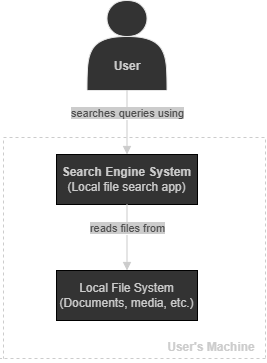
arianaturc/Search_Engine keeps this draw.io diagram as SystemContext.png. Above is the earlier version. Source tidied: cells renumbered, new cells last; positions are measured from the earlier drawing's top-left corner, leaving out a move shared by most shapes.
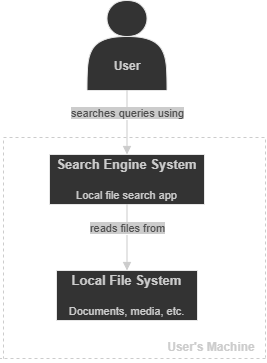
Above is the later version.

Change to the diagram source:
```diff
@@ -5,19 +5,19 @@
     <mxCell id="2" style="shape=actor;whiteSpace=wrap;html=1;fillColor=#333333;strokeColor=#E6E6E6;labelBackgroundColor=#000000;" parent="1" vertex="1">
       <mxGeometry x="86.5" width="80" height="90" as="geometry" />
     </mxCell>
-    <mxCell id="3" value="&lt;b&gt;&lt;font style=&quot;color: rgb(204, 204, 204);&quot;&gt;User&lt;/font&gt;&lt;/b&gt;" style="text;html=1;whiteSpace=wrap;strokeColor=none;fillColor=none;align=center;verticalAlign=middle;rounded=0;" parent="1" vertex="1">
+    <mxCell id="3" value="&lt;font style=&quot;color: rgb(204, 204, 204);&quot;&gt;&lt;b&gt;User&lt;/b&gt;&lt;/font&gt;" style="text;html=1;whiteSpace=wrap;strokeColor=none;fillColor=none;align=center;verticalAlign=middle;rounded=0;" parent="1" vertex="1">
       <mxGeometry x="96.5" y="51" width="60" height="30" as="geometry" />
     </mxCell>
     <mxCell id="4" value="&lt;font style=&quot;color: rgb(77, 77, 77); background-color: rgb(204, 204, 204);&quot;&gt;searches queries using&lt;/font&gt;" style="html=1;verticalAlign=bottom;endArrow=block;curved=0;rounded=0;exitX=0.5;exitY=1;exitDx=0;exitDy=0;entryX=0.5;entryY=0;entryDx=0;entryDy=0;strokeColor=#CCCCCC;" parent="1" edge="1" source="2" target="5">
       <mxGeometry relative="1" as="geometry" />
     </mxCell>
-    <mxCell id="5" value="&lt;b&gt;&lt;font style=&quot;color: rgb(204, 204, 204);&quot;&gt;Search Engine System&lt;/font&gt;&lt;/b&gt;&lt;div&gt;&lt;font style=&quot;color: rgb(204, 204, 204);&quot;&gt;(Local file search app)&lt;/font&gt;&lt;/div&gt;" style="html=1;whiteSpace=wrap;fillColor=#333333;" parent="1" vertex="1">
-      <mxGeometry x="56" y="154" width="141" height="50" as="geometry" />
+    <mxCell id="5" value="&lt;b&gt;&lt;font style=&quot;color: rgb(204, 204, 204); font-size: 13px;&quot;&gt;Search Engine System&lt;/font&gt;&lt;/b&gt;&lt;div&gt;&lt;font color=&quot;#cccccc&quot;&gt;&lt;span style=&quot;font-size: 13px;&quot;&gt;&lt;b&gt;&lt;br&gt;&lt;/b&gt;&lt;/span&gt;&lt;/font&gt;&lt;div&gt;&lt;font style=&quot;color: rgb(204, 204, 204); font-size: 11px;&quot;&gt;Local file search app&lt;/font&gt;&lt;/div&gt;&lt;/div&gt;" style="html=1;whiteSpace=wrap;fillColor=#333333;strokeColor=#E6E6E6;" parent="1" vertex="1">
+      <mxGeometry x="49" y="154" width="155" height="50" as="geometry" />
     </mxCell>
     <mxCell id="6" value="&lt;font style=&quot;background-color: light-dark(rgb(204, 204, 204), rgb(237, 237, 237)); color: rgb(77, 77, 77);&quot;&gt;reads files from&lt;/font&gt;" style="html=1;verticalAlign=bottom;endArrow=block;curved=0;rounded=0;exitX=0.5;exitY=1;exitDx=0;exitDy=0;entryX=0.5;entryY=0;entryDx=0;entryDy=0;strokeColor=#CCCCCC;" parent="1" edge="1" source="5" target="7">
       <mxGeometry relative="1" as="geometry" />
     </mxCell>
-    <mxCell id="7" value="&lt;font style=&quot;color: rgb(204, 204, 204);&quot;&gt;Local File System&lt;/font&gt;&lt;div&gt;&lt;font style=&quot;color: rgb(204, 204, 204);&quot;&gt;&lt;font style=&quot;color: rgb(204, 204, 204);&quot;&gt;(&lt;/font&gt;&lt;font style=&quot;color: rgb(204, 204, 204);&quot;&gt;Documents&lt;/font&gt;&lt;font style=&quot;color: rgb(204, 204, 204);&quot;&gt;, media, etc.&lt;/font&gt;)&lt;/font&gt;&lt;/div&gt;" style="html=1;whiteSpace=wrap;fillColor=#333333;" parent="1" vertex="1">
+    <mxCell id="7" value="&lt;font style=&quot;color: rgb(204, 204, 204); font-size: 13px;&quot;&gt;&lt;b&gt;Local File System&lt;/b&gt;&lt;/font&gt;&lt;div&gt;&lt;font color=&quot;#cccccc&quot;&gt;&lt;span style=&quot;font-size: 13px;&quot;&gt;&lt;br&gt;&lt;/span&gt;&lt;/font&gt;&lt;div&gt;&lt;font style=&quot;color: rgb(204, 204, 204); font-size: 11px;&quot;&gt;&lt;font style=&quot;color: rgb(204, 204, 204);&quot;&gt;Documents&lt;/font&gt;&lt;font style=&quot;color: rgb(204, 204, 204);&quot;&gt;, media, etc.&lt;/font&gt;&lt;/font&gt;&lt;/div&gt;&lt;/div&gt;" style="html=1;whiteSpace=wrap;fillColor=#333333;strokeColor=#E6E6E6;" parent="1" vertex="1">
       <mxGeometry x="56" y="270" width="141" height="50" as="geometry" />
     </mxCell>
     <mxCell id="8" style="endArrow=none;dashed=1;html=1;rounded=0;strokeColor=#CCCCCC;" parent="1" edge="1">
```
